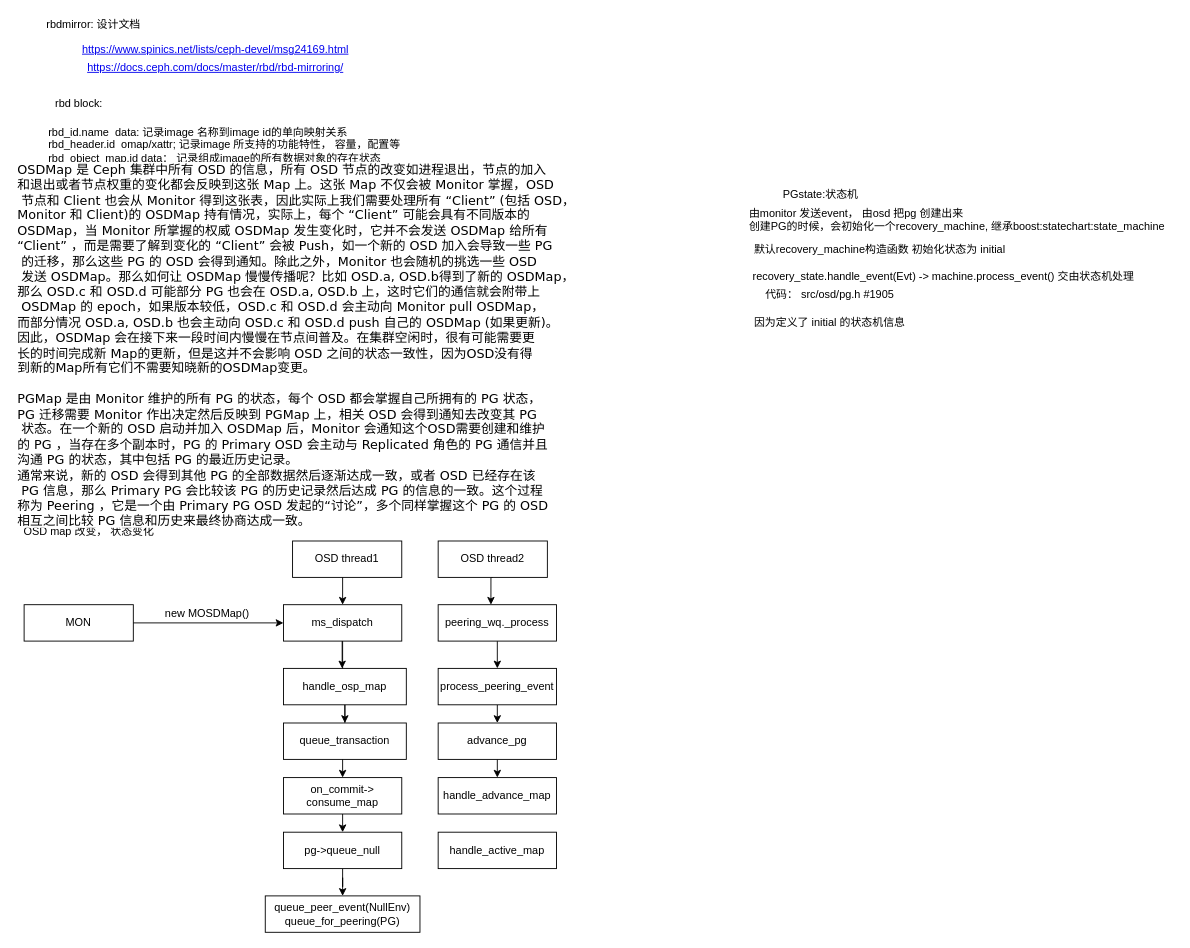
The draw.io diagram page "osd pg transaction" (4 of 5) of Untitled Diagram.drawio in ChenFanTony/ceph-diagrams, before the edit. Source tidied: cells renumbered, new cells numbered last; positions are measured from the earlier drawing's top-left corner, leaving out a move shared by most shapes. Both pictures are drawn from the tidied source at 91%, with x=0, y=0 at pixel (15, 15).
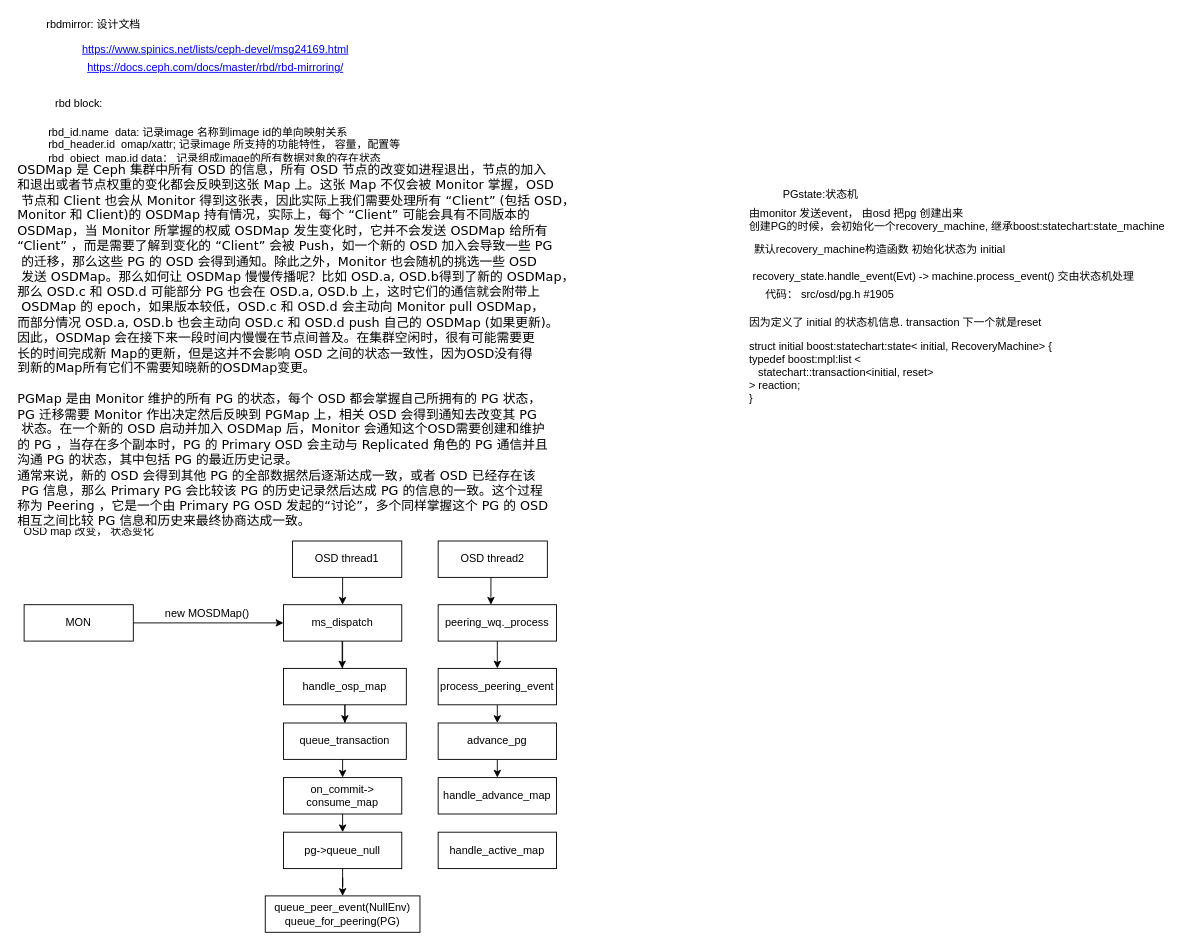
The same page after the edit.

What changed in the source:
```diff
@@
-    <mxCell id="40" value="因为定义了 initial 的状态机信息" style="text;html=1;align=center;verticalAlign=middle;" parent="1" vertex="1">
-      <mxGeometry x="804" y="327" width="180" height="20" as="geometry" />
+    <mxCell id="40" value="因为定义了 initial 的状态机信息. transaction 下一个就是reset" style="text;html=1;align=left;verticalAlign=middle;" parent="1" vertex="1">
+      <mxGeometry x="804" y="327" width="340" height="20" as="geometry" />
     </mxCell>
+    <mxCell id="41" value="struct initial boost:statechart:state&amp;lt; initial, RecoveryMachine&amp;gt; {&lt;br&gt;typedef boost:mpl:list &amp;lt;&lt;br&gt;&amp;nbsp; &amp;nbsp;statechart::transaction&amp;lt;initial, reset&amp;gt;&lt;br&gt;&amp;gt; reaction;&lt;br&gt;&lt;div&gt;&lt;span&gt;}&lt;/span&gt;&lt;/div&gt;" style="text;html=1;align=left;verticalAlign=middle;" parent="1" vertex="1">
+      <mxGeometry x="804" y="352" width="350" height="80" as="geometry" />
+    </mxCell>
```
